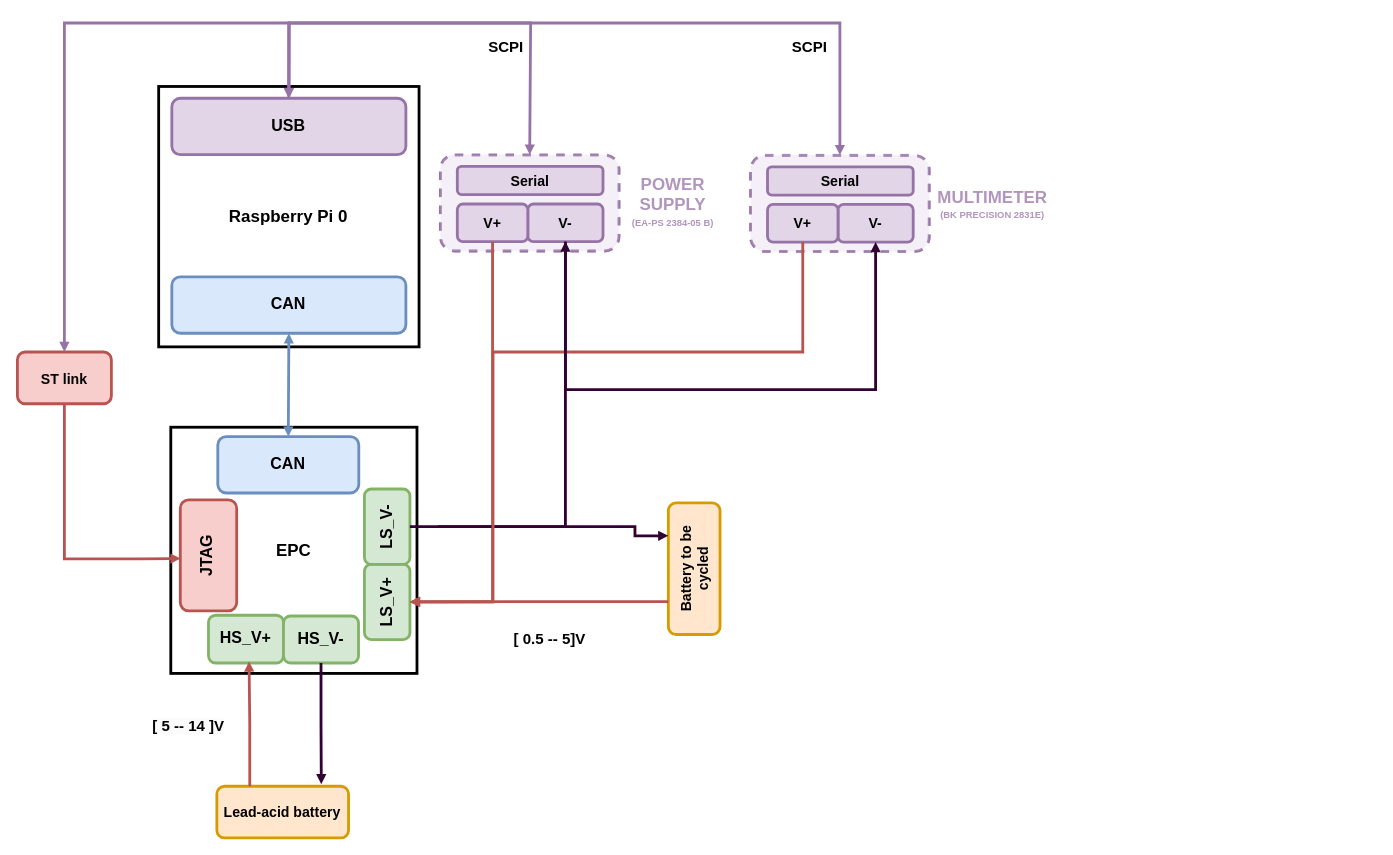
Above: doc/Block_diagram.drawio in WattRex/Battery-Cycler-Calibration (draw.io), before the change. Source tidied: cells renumbered, new cells numbered last; positions are measured from the earlier drawing's top-left corner, leaving out a move shared by most shapes. Both pictures are drawn from the tidied source at 94%, with x=0, y=0 at pixel (17, 23).
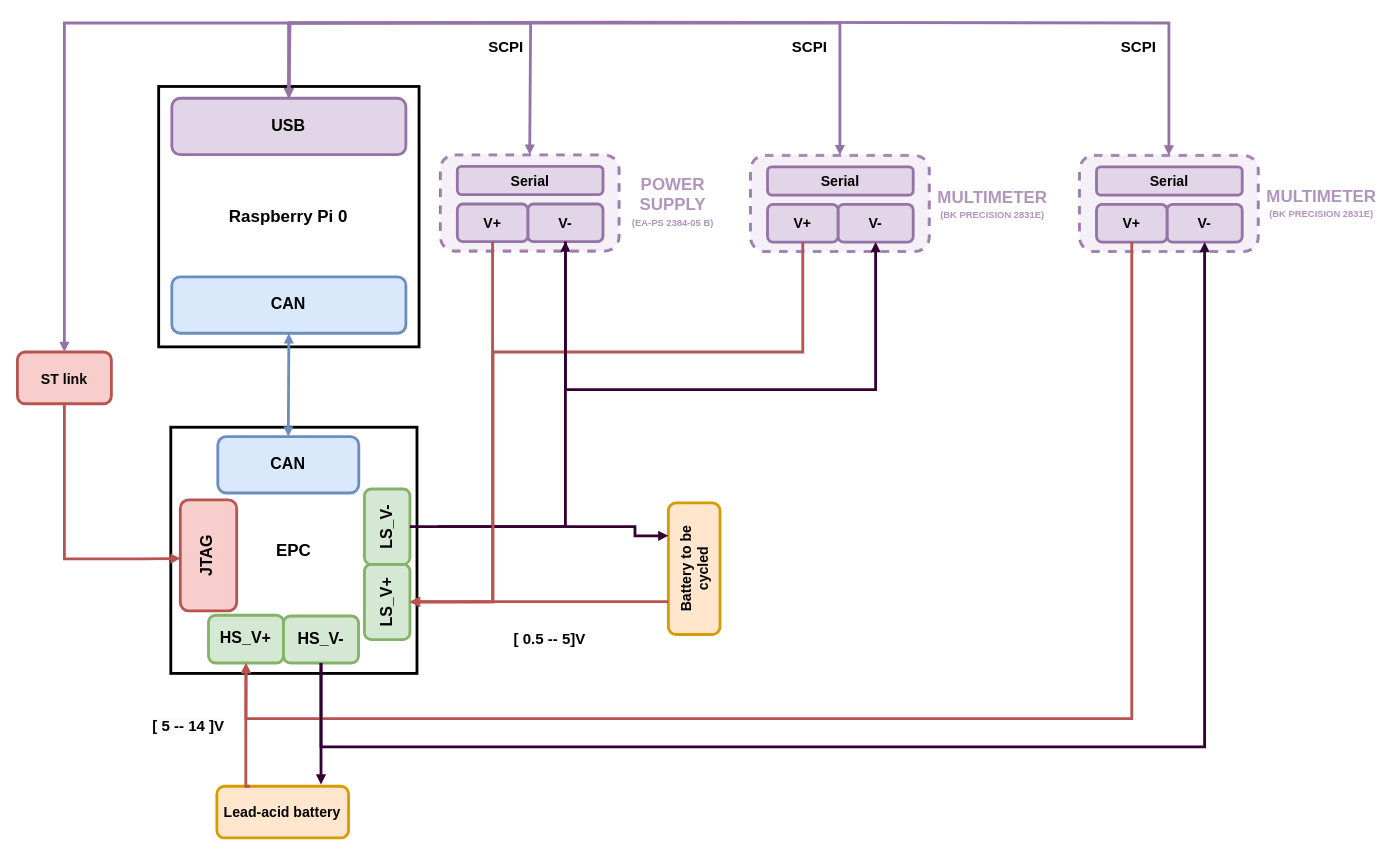
Above is the later version.

Commit message (it also covers changes not shown here):
add second multimeter

Unchanged cells that the change refers to:
```xml
<mxCell id="3" value="&lt;span style=&quot;font-size: 17px;&quot;&gt;&lt;b&gt;USB&lt;/b&gt;&lt;/span&gt;" style="rounded=1;whiteSpace=wrap;html=1;rotation=0;strokeWidth=3;fillColor=#e1d5e7;strokeColor=#9673a6;" parent="1" vertex="1">
  <mxGeometry x="164.3" y="80" width="249" height="60" as="geometry" />
</mxCell>
<mxCell id="4" value="&lt;span style=&quot;font-size: 15px;&quot;&gt;&lt;b&gt;Lead-acid battery&lt;br&gt;&lt;/b&gt;&lt;/span&gt;" style="rounded=1;whiteSpace=wrap;html=1;strokeWidth=3;rotation=0;fillColor=#ffe6cc;strokeColor=#d79b00;" parent="1" vertex="1">
  <mxGeometry x="212.2" y="811.9" width="140.1" height="55" as="geometry" />
</mxCell>
<mxCell id="12" value="&lt;b&gt;&lt;font style=&quot;font-size: 17px;&quot;&gt;HS_V+&lt;/font&gt;&lt;/b&gt;" style="rounded=1;whiteSpace=wrap;html=1;rotation=0;strokeWidth=3;fillColor=#d5e8d4;strokeColor=#82b366;" parent="1" vertex="1">
  <mxGeometry x="203.3" y="630" width="79.8" height="50.8" as="geometry" />
</mxCell>
<mxCell id="13" value="&lt;b style=&quot;border-color: var(--border-color);&quot;&gt;&lt;font style=&quot;border-color: var(--border-color); font-size: 17px;&quot;&gt;HS_V-&lt;/font&gt;&lt;/b&gt;" style="rounded=1;whiteSpace=wrap;html=1;rotation=0;strokeWidth=3;fillColor=#d5e8d4;strokeColor=#82b366;" parent="1" vertex="1">
  <mxGeometry x="283.1" y="630.8" width="79.8" height="50" as="geometry" />
</mxCell>
```

Change to the diagram source:
```diff
@@
-    <mxCell id="16" style="edgeStyle=orthogonalEdgeStyle;rounded=0;jettySize=auto;html=1;endSize=3;startSize=3;strokeWidth=3;fillColor=#d5e8d4;strokeColor=#B85450;endArrow=block;endFill=1;exitX=0.25;exitY=0;exitDx=0;exitDy=0;entryX=0.541;entryY=0.967;entryDx=0;entryDy=0;entryPerimeter=0;" parent="1" edge="1" source="4" target="12">
-      <mxGeometry relative="1" as="geometry" />
+    <mxCell id="16" style="edgeStyle=orthogonalEdgeStyle;rounded=0;jettySize=auto;html=1;endSize=3;startSize=3;strokeWidth=3;fillColor=#d5e8d4;strokeColor=#B85450;endArrow=block;endFill=1;exitX=0.25;exitY=0;exitDx=0;exitDy=0;entryX=0.5;entryY=1;entryDx=0;entryDy=0;" parent="1" edge="1" source="4" target="12">
+      <mxGeometry relative="1" as="geometry">
+        <Array as="points">
+          <mxPoint x="243" y="812" />
+          <mxPoint x="243" y="746" />
+        </Array>
+      </mxGeometry>
     </mxCell>
-    <mxCell id="17" style="edgeStyle=orthogonalEdgeStyle;rounded=0;jettySize=auto;html=1;endSize=3;startSize=3;strokeWidth=3;fillColor=#d5e8d4;strokeColor=#330033;endArrow=block;endFill=1;exitX=0.5;exitY=1;exitDx=0;exitDy=0;entryX=0.793;entryY=-0.04;entryDx=0;entryDy=0;entryPerimeter=0;" parent="1" edge="1" source="13" target="4">
-      <mxGeometry relative="1" as="geometry" />
+    <mxCell id="17" style="edgeStyle=orthogonalEdgeStyle;rounded=0;jettySize=auto;html=1;endSize=3;startSize=3;strokeWidth=3;fillColor=#d5e8d4;strokeColor=#330033;endArrow=block;endFill=1;exitX=0.5;exitY=1;exitDx=0;exitDy=0;" parent="1" edge="1" source="13">
+      <mxGeometry relative="1" as="geometry">
+        <mxPoint x="323" y="810" as="targetPoint" />
+      </mxGeometry>
     </mxCell>
@@
+    <mxCell id="44" style="rounded=1;whiteSpace=wrap;html=1;strokeWidth=3;rotation=0;fillColor=none;strokeColor=#9673a6;dashed=1;" parent="1" vertex="1">
+      <mxGeometry x="1130" y="141" width="190" height="102" as="geometry" />
+    </mxCell>
+    <mxCell id="45" style="rounded=1;whiteSpace=wrap;html=1;strokeWidth=3;rotation=0;fillColor=#e1d5e7;strokeColor=#9673a6;dashed=1;opacity=35;" parent="1" vertex="1">
+      <mxGeometry x="1130" y="140.5" width="190" height="102.5" as="geometry" />
+    </mxCell>
+    <mxCell id="46" value="&lt;font style=&quot;font-size: 15px;&quot;&gt;&lt;b&gt;V-&lt;br&gt;&lt;/b&gt;&lt;/font&gt;" style="rounded=1;whiteSpace=wrap;html=1;rotation=0;strokeWidth=3;fillColor=#e1d5e7;strokeColor=#9673a6;" parent="1" vertex="1">
+      <mxGeometry x="1223" y="193" width="80" height="40" as="geometry" />
+    </mxCell>
+    <mxCell id="47" value="&lt;font style=&quot;font-size: 15px;&quot;&gt;&lt;b&gt;V+&lt;br&gt;&lt;/b&gt;&lt;/font&gt;" style="rounded=1;whiteSpace=wrap;html=1;rotation=0;strokeWidth=3;fillColor=#e1d5e7;strokeColor=#9673a6;" parent="1" vertex="1">
+      <mxGeometry x="1148" y="193" width="75" height="40" as="geometry" />
+    </mxCell>
+    <mxCell id="48" value="&lt;font style=&quot;font-size: 15px;&quot;&gt;&lt;b&gt;Serial&lt;br&gt;&lt;/b&gt;&lt;/font&gt;" style="rounded=1;whiteSpace=wrap;html=1;rotation=0;strokeWidth=3;fillColor=#e1d5e7;strokeColor=#9673a6;" parent="1" vertex="1">
+      <mxGeometry x="1148" y="153" width="155" height="30" as="geometry" />
+    </mxCell>
+    <mxCell id="49" value="&lt;b&gt;&lt;font style=&quot;font-size: 16px;&quot;&gt;SCPI&lt;/font&gt;&lt;/b&gt;" style="text;html=1;strokeColor=none;fillColor=none;align=center;verticalAlign=middle;whiteSpace=wrap;rounded=0;" parent="1" vertex="1">
+      <mxGeometry x="1163" y="10" width="60" height="30" as="geometry" />
+    </mxCell>
+    <mxCell id="50" value="&lt;font style=&quot;&quot; color=&quot;#b195bd&quot;&gt;&lt;b style=&quot;&quot;&gt;&lt;span style=&quot;font-size: 18px;&quot;&gt;MULTIMETER&lt;/span&gt;&lt;br&gt;&lt;font style=&quot;font-size: 10px;&quot;&gt;(BK PRECISION 2831E)&lt;/font&gt;&lt;br&gt;&lt;/b&gt;&lt;/font&gt;" style="text;html=1;strokeColor=none;fillColor=none;align=center;verticalAlign=middle;whiteSpace=wrap;rounded=0;" parent="1" vertex="1">
+      <mxGeometry x="1330" y="152" width="114.8" height="80" as="geometry" />
+    </mxCell>
+    <mxCell id="51" style="endArrow=block;html=1;rounded=0;strokeWidth=3;entryX=0.5;entryY=0;entryDx=0;entryDy=0;startArrow=block;startFill=1;endFill=1;endSize=3;startSize=3;fillColor=#f8cecc;strokeColor=#9673A6;exitX=0.5;exitY=0;exitDx=0;exitDy=0;" parent="1" edge="1" source="44" target="3">
+      <mxGeometry relative="1" as="geometry">
+        <Array as="points">
+          <mxPoint x="1225" />
+          <mxPoint x="637" y="-1" />
+          <mxPoint x="290" />
+        </Array>
+      </mxGeometry>
+    </mxCell>
+    <mxCell id="52" style="edgeStyle=orthogonalEdgeStyle;rounded=0;jettySize=auto;html=1;endSize=3;startSize=3;strokeWidth=3;fillColor=#d5e8d4;strokeColor=#B85450;endArrow=block;endFill=1;exitX=0.5;exitY=1;exitDx=0;exitDy=0;entryX=0.5;entryY=1;entryDx=0;entryDy=0;" parent="1" edge="1" source="47" target="12">
+      <mxGeometry relative="1" as="geometry">
+        <Array as="points">
+          <mxPoint x="1186" y="740" />
+          <mxPoint x="243" y="740" />
+        </Array>
+      </mxGeometry>
+    </mxCell>
+    <mxCell id="53" style="edgeStyle=orthogonalEdgeStyle;rounded=0;jettySize=auto;html=1;endSize=3;startSize=3;strokeWidth=3;fillColor=#d5e8d4;strokeColor=#330033;endArrow=block;endFill=1;exitX=0.5;exitY=1;exitDx=0;exitDy=0;entryX=0.5;entryY=1;entryDx=0;entryDy=0;" parent="1" edge="1" source="13" target="46">
+      <mxGeometry relative="1" as="geometry">
+        <Array as="points">
+          <mxPoint x="323" y="770" />
+          <mxPoint x="1263" y="770" />
+        </Array>
+      </mxGeometry>
+    </mxCell>
```
